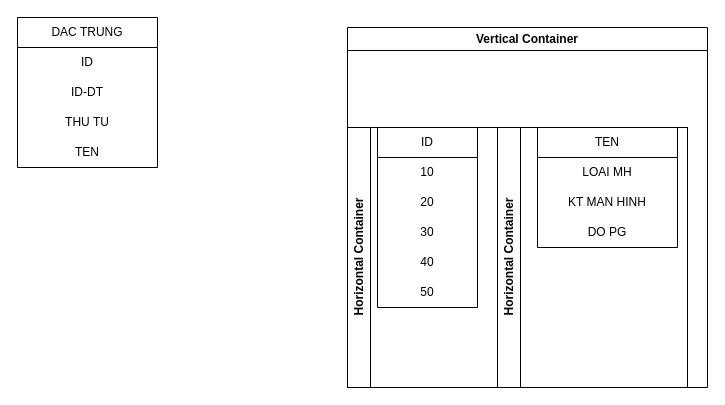
Before: dac trung.drawio in frozenproof/dactaphanmem, a draw.io diagram. Source tidied: cells renumbered, new cells numbered last; positions are measured from the earlier drawing's top-left corner, leaving out a move shared by most shapes. Both pictures are drawn from the tidied source at 100%, with x=0, y=0 at pixel (17, 17).
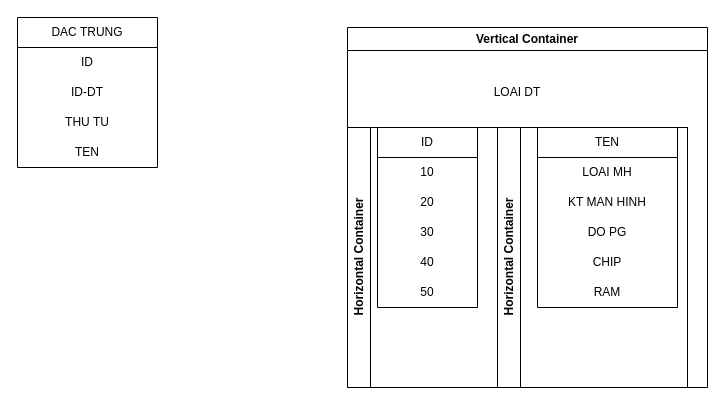
After the change.

The change refers to these unchanged cells:
```xml
<mxCell id="7" value="Vertical Container" style="swimlane;whiteSpace=wrap;html=1;align=center;" parent="1" vertex="1">
  <mxGeometry x="330" y="10" width="360" height="360" as="geometry" />
</mxCell>
<mxCell id="9" value="Horizontal Container" style="swimlane;horizontal=0;whiteSpace=wrap;html=1;align=center;" parent="8" vertex="1">
  <mxGeometry x="150" width="190" height="260" as="geometry" />
</mxCell>
```

Change to the diagram source:
```diff
@@
     <mxCell id="10" value="TEN" style="swimlane;fontStyle=0;horizontal=1;startSize=30;whiteSpace=wrap;html=1;align=center;" parent="9" vertex="1">
-      <mxGeometry x="40" width="140" height="120" as="geometry" />
+      <mxGeometry x="40" width="140" height="180" as="geometry" />
     </mxCell>
@@
+    <mxCell id="20" value="CHIP" style="text;html=1;strokeColor=none;fillColor=none;align=center;verticalAlign=middle;whiteSpace=wrap;rounded=0;" parent="10" vertex="1">
+      <mxGeometry y="120" width="140" height="30" as="geometry" />
+    </mxCell>
+    <mxCell id="21" value="RAM" style="text;html=1;strokeColor=none;fillColor=none;align=center;verticalAlign=middle;whiteSpace=wrap;rounded=0;" parent="10" vertex="1">
+      <mxGeometry y="150" width="140" height="30" as="geometry" />
+    </mxCell>
@@
+    <mxCell id="22" value="LOAI DT" style="text;html=1;strokeColor=none;fillColor=none;align=center;verticalAlign=middle;whiteSpace=wrap;rounded=0;" parent="7" vertex="1">
+      <mxGeometry x="140" y="50" width="60" height="30" as="geometry" />
+    </mxCell>
```
